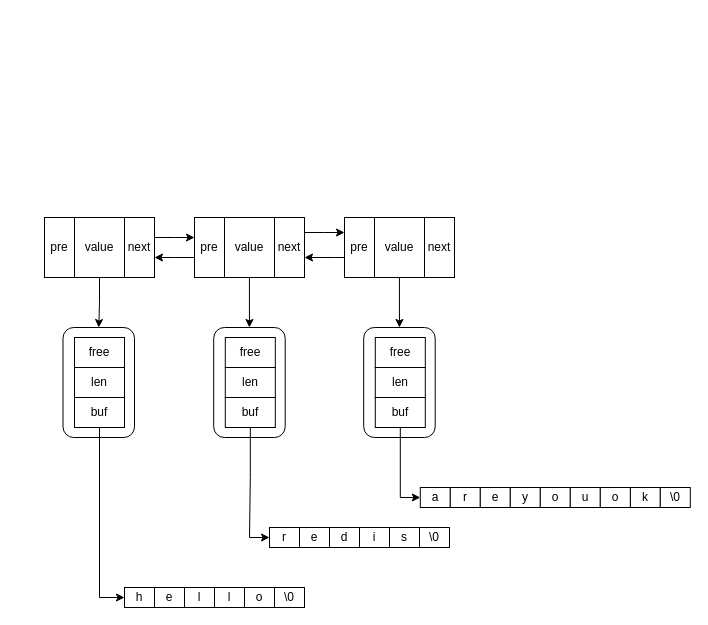
This is redis/链表数据结构.drawio from buxiangchixiangcai/draw, a draw.io file, before an edit. Source tidied: cells renumbered, new cells numbered last; positions are measured from the earlier drawing's top-left corner, leaving out a move shared by most shapes. Both pictures are drawn from the tidied source at 100%, with x=0, y=0 at pixel (44, 217).
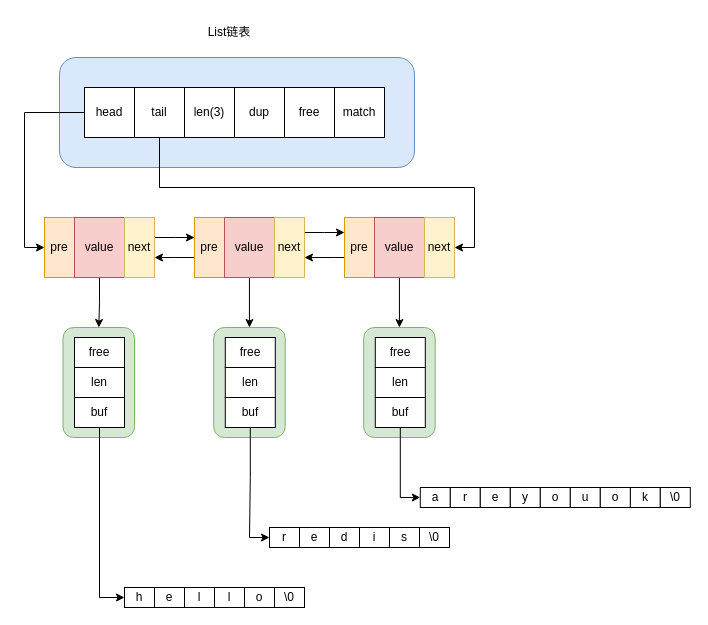
After the change.

Commit message (it also covers changes not shown here):
更新链表数据结构.drawio

Change to the diagram source:
```diff
@@
-    <mxCell id="3" value="pre" style="rounded=0;whiteSpace=wrap;html=1;" parent="1" vertex="1">
+    <mxCell id="3" value="pre" style="rounded=0;whiteSpace=wrap;html=1;fillColor=#ffe6cc;strokeColor=#d79b00;" parent="1" vertex="1">
       <mxGeometry x="150" width="30" height="60" as="geometry" />
     </mxCell>
@@
-    <mxCell id="5" value="value" style="rounded=0;whiteSpace=wrap;html=1;" parent="1" vertex="1">
+    <mxCell id="5" value="value" style="rounded=0;whiteSpace=wrap;html=1;fillColor=#f8cecc;strokeColor=#b85450;" parent="1" vertex="1">
       <mxGeometry x="180" width="50" height="60" as="geometry" />
     </mxCell>
@@
-    <mxCell id="7" value="next" style="rounded=0;whiteSpace=wrap;html=1;" parent="1" vertex="1">
+    <mxCell id="7" value="next" style="rounded=0;whiteSpace=wrap;html=1;fillColor=#fff2cc;strokeColor=#d6b656;" parent="1" vertex="1">
       <mxGeometry x="230" width="30" height="60" as="geometry" />
     </mxCell>
@@
-    <mxCell id="9" value="pre" style="rounded=0;whiteSpace=wrap;html=1;" parent="1" vertex="1">
+    <mxCell id="9" value="pre" style="rounded=0;whiteSpace=wrap;html=1;fillColor=#ffe6cc;strokeColor=#d79b00;" parent="1" vertex="1">
       <mxGeometry x="300" width="30" height="60" as="geometry" />
     </mxCell>
@@
-    <mxCell id="11" value="value" style="rounded=0;whiteSpace=wrap;html=1;" parent="1" vertex="1">
+    <mxCell id="11" value="value" style="rounded=0;whiteSpace=wrap;html=1;fillColor=#f8cecc;strokeColor=#b85450;" parent="1" vertex="1">
       <mxGeometry x="330" width="50" height="60" as="geometry" />
     </mxCell>
-    <mxCell id="12" value="next" style="rounded=0;whiteSpace=wrap;html=1;" parent="1" vertex="1">
+    <mxCell id="12" value="next" style="rounded=0;whiteSpace=wrap;html=1;fillColor=#fff2cc;strokeColor=#d6b656;" parent="1" vertex="1">
       <mxGeometry x="380" width="30" height="60" as="geometry" />
     </mxCell>
-    <mxCell id="13" value="pre" style="rounded=0;whiteSpace=wrap;html=1;" parent="1" vertex="1">
+    <mxCell id="13" value="pre" style="rounded=0;whiteSpace=wrap;html=1;fillColor=#ffe6cc;strokeColor=#d79b00;" parent="1" vertex="1">
       <mxGeometry width="30" height="60" as="geometry" />
     </mxCell>
@@
-    <mxCell id="15" value="value" style="rounded=0;whiteSpace=wrap;html=1;" parent="1" vertex="1">
+    <mxCell id="15" value="value" style="rounded=0;whiteSpace=wrap;html=1;fillColor=#f8cecc;strokeColor=#b85450;" parent="1" vertex="1">
       <mxGeometry x="30" width="50" height="60" as="geometry" />
     </mxCell>
@@
-    <mxCell id="17" value="next" style="rounded=0;whiteSpace=wrap;html=1;" parent="1" vertex="1">
+    <mxCell id="17" value="next" style="rounded=0;whiteSpace=wrap;html=1;fillColor=#fff2cc;strokeColor=#d6b656;" parent="1" vertex="1">
       <mxGeometry x="80" width="30" height="60" as="geometry" />
     </mxCell>
-    <mxCell id="18" style="rounded=1;whiteSpace=wrap;html=1;" parent="1" vertex="1">
+    <mxCell id="18" style="rounded=1;whiteSpace=wrap;html=1;fillColor=#d5e8d4;strokeColor=#82b366;" parent="1" vertex="1">
       <mxGeometry x="18.5" y="110" width="71.5" height="110" as="geometry" />
     </mxCell>
@@
-    <mxCell id="29" style="rounded=1;whiteSpace=wrap;html=1;" parent="1" vertex="1">
+    <mxCell id="29" style="rounded=1;whiteSpace=wrap;html=1;fillColor=#d5e8d4;strokeColor=#82b366;" parent="1" vertex="1">
       <mxGeometry x="169.2" y="110" width="71.5" height="110" as="geometry" />
     </mxCell>
@@
-    <mxCell id="40" style="rounded=1;whiteSpace=wrap;html=1;" parent="1" vertex="1">
+    <mxCell id="40" style="rounded=1;whiteSpace=wrap;html=1;fillColor=#d5e8d4;strokeColor=#82b366;" parent="1" vertex="1">
       <mxGeometry x="319.2" y="110" width="71.5" height="110" as="geometry" />
     </mxCell>
@@
+    <mxCell id="54" style="rounded=1;whiteSpace=wrap;html=1;fillColor=#dae8fc;strokeColor=#6c8ebf;" parent="1" vertex="1">
+      <mxGeometry x="15" y="-160" width="355" height="110" as="geometry" />
+    </mxCell>
+    <mxCell id="55" style="edgeStyle=orthogonalEdgeStyle;rounded=0;jettySize=auto;html=1;entryX=0;entryY=0.5;entryDx=0;entryDy=0;" parent="1" edge="1" source="56" target="13">
+      <mxGeometry relative="1" as="geometry" />
+    </mxCell>
+    <mxCell id="56" value="head" style="rounded=0;whiteSpace=wrap;html=1;" parent="1" vertex="1">
+      <mxGeometry x="40" y="-130" width="50" height="50" as="geometry" />
+    </mxCell>
+    <mxCell id="57" style="edgeStyle=orthogonalEdgeStyle;rounded=0;jettySize=auto;html=1;entryX=1;entryY=0.5;entryDx=0;entryDy=0;" parent="1" edge="1" source="58" target="12">
+      <mxGeometry relative="1" as="geometry">
+        <Array as="points">
+          <mxPoint x="115" y="-30" />
+          <mxPoint x="430" y="-30" />
+          <mxPoint x="430" y="30" />
+        </Array>
+      </mxGeometry>
+    </mxCell>
+    <mxCell id="58" value="tail" style="rounded=0;whiteSpace=wrap;html=1;" parent="1" vertex="1">
+      <mxGeometry x="90" y="-130" width="50" height="50" as="geometry" />
+    </mxCell>
+    <mxCell id="59" value="len(3)" style="rounded=0;whiteSpace=wrap;html=1;" parent="1" vertex="1">
+      <mxGeometry x="140" y="-130" width="50" height="50" as="geometry" />
+    </mxCell>
+    <mxCell id="60" value="dup" style="rounded=0;whiteSpace=wrap;html=1;" parent="1" vertex="1">
+      <mxGeometry x="190" y="-130" width="50" height="50" as="geometry" />
+    </mxCell>
+    <mxCell id="61" value="free" style="rounded=0;whiteSpace=wrap;html=1;" parent="1" vertex="1">
+      <mxGeometry x="240" y="-130" width="50" height="50" as="geometry" />
+    </mxCell>
+    <mxCell id="62" value="match" style="rounded=0;whiteSpace=wrap;html=1;" parent="1" vertex="1">
+      <mxGeometry x="290" y="-130" width="50" height="50" as="geometry" />
+    </mxCell>
+    <mxCell id="63" value="List链表" style="text;html=1;align=center;verticalAlign=middle;whiteSpace=wrap;rounded=0;" parent="1" vertex="1">
+      <mxGeometry x="155" y="-200" width="60" height="30" as="geometry" />
+    </mxCell>
```
